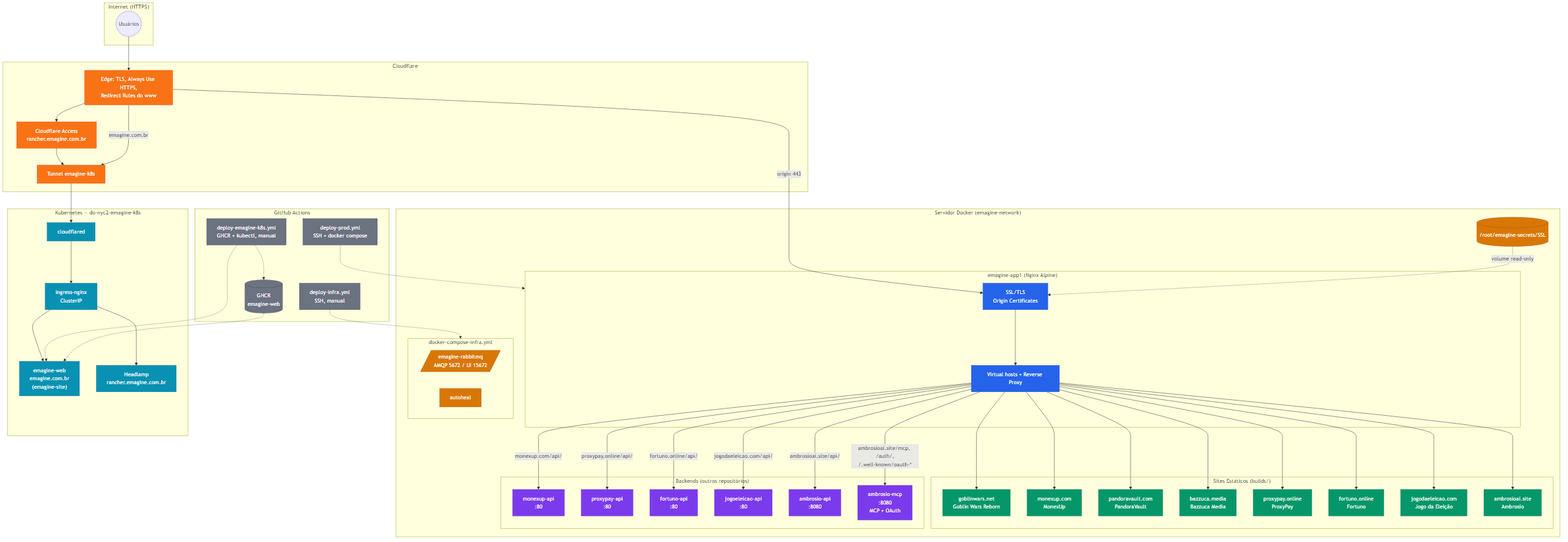
emaginebr/emagine-deploy keeps this Mermaid diagram as docs/ARCHITECTURE.png. Above is the earlier version. Its source is kept beside it as docs/ARCHITECTURE.mmd. The source it was exported from:
```mermaid
graph TB
    subgraph Internet["Internet (HTTPS)"]
        U((Usuários))
    end

    subgraph Cloudflare["Cloudflare"]
        EDGE[Edge: TLS, Always Use HTTPS,<br/>Redirect Rules do www]
        ACCESS[Cloudflare Access<br/>rancher.emagine.com.br]
        TUNNEL[Tunnel emagine-k8s]
    end

    subgraph Server["Servidor Docker (emagine-network)"]
        subgraph Nginx["emagine-app1 (Nginx Alpine)"]
            direction TB
            SSL[SSL/TLS<br/>Origin Certificates]
            RP[Virtual hosts + Reverse Proxy]
        end

        subgraph StaticSites["Sites Estáticos (builds/)"]
            GOBLIN["goblinwars.net<br/>Goblin Wars Reborn"]
            MONEXUP_UI["monexup.com<br/>MonexUp"]
            PANDORA["pandoravault.com<br/>PandoraVault"]
            BAZZUCA_UI["bazzuca.media<br/>Bazzuca Media"]
            PROXYPAY_UI["proxypay.online<br/>ProxyPay"]
            FORTUNO_UI["fortuno.online<br/>Fortuno"]
            JOGO_UI["jogodaeleicao.com<br/>Jogo da Eleição"]
            AMBROSIO_UI["ambrosioai.site<br/>Ambrosio"]
        end

        subgraph APIs["Backends (outros repositórios)"]
            MONEXUP_API["monexup-api<br/>:80"]
            PROXYPAY_API["proxypay-api<br/>:80"]
            FORTUNO_API["fortuno-api<br/>:80"]
            JOGO_API["jogoeleicao-api<br/>:80"]
            AMBROSIO_API["ambrosio-api<br/>:8080"]
            AMBROSIO_MCP["ambrosio-mcp<br/>:8080<br/>MCP + OAuth"]
        end

        subgraph Infra["docker-compose-infra.yml"]
            RMQ[/emagine-rabbitmq<br/>AMQP 5672 / UI 15672/]
            AUTOHEAL[autoheal]
        end

        SECRETS[(/root/emagine-secrets/SSL)]
    end

    subgraph K8s["Kubernetes — do-nyc2-emagine-k8s"]
        CFD[cloudflared]
        INGRESS[ingress-nginx<br/>ClusterIP]
        EMAGINE["emagine-web<br/>emagine.com.br<br/>(emagine-site)"]
        HEADLAMP["Headlamp<br/>rancher.emagine.com.br"]
    end

    subgraph CICD["GitHub Actions"]
        DEPLOY_PROD[deploy-prod.yml<br/>SSH + docker compose]
        DEPLOY_INFRA[deploy-infra.yml<br/>SSH, manual]
        DEPLOY_K8S[deploy-emagine-k8s.yml<br/>GHCR + kubectl, manual]
        GHCR[(GHCR<br/>emagine-web)]
    end

    U --> EDGE
    EDGE -->|origin 443| SSL
    EDGE --> ACCESS
    ACCESS --> TUNNEL
    EDGE -->|emagine.com.br| TUNNEL
    TUNNEL --> CFD
    CFD --> INGRESS
    INGRESS --> EMAGINE
    INGRESS --> HEADLAMP

    SSL --> RP
    SECRETS -.->|volume read-only| SSL
    RP --> GOBLIN
    RP --> MONEXUP_UI
    RP --> PANDORA
    RP --> BAZZUCA_UI
    RP --> PROXYPAY_UI
    RP --> FORTUNO_UI
    RP --> JOGO_UI
    RP --> AMBROSIO_UI

    RP -->|monexup.com/api/| MONEXUP_API
    RP -->|proxypay.online/api/| PROXYPAY_API
    RP -->|fortuno.online/api/| FORTUNO_API
    RP -->|jogodaeleicao.com/api/| JOGO_API
    RP -->|ambrosioai.site/api/| AMBROSIO_API
    RP -->|ambrosioai.site/mcp, /auth/,<br/>/.well-known/oauth-*| AMBROSIO_MCP

    DEPLOY_PROD -.-> Nginx
    DEPLOY_INFRA -.-> Infra
    DEPLOY_K8S -.-> GHCR
    DEPLOY_K8S -.-> EMAGINE
    GHCR -.-> EMAGINE

    classDef nginx fill:#2563eb,stroke:#1d4ed8,color:#fff
    classDef api fill:#7c3aed,stroke:#6d28d9,color:#fff
    classDef static fill:#059669,stroke:#047857,color:#fff
    classDef data fill:#d97706,stroke:#b45309,color:#fff
    classDef cloud fill:#f97316,stroke:#ea580c,color:#fff
    classDef k8s fill:#0891b2,stroke:#0e7490,color:#fff
    classDef ci fill:#6b7280,stroke:#4b5563,color:#fff

    class SSL,RP nginx
    class MONEXUP_API,PROXYPAY_API,FORTUNO_API,JOGO_API,AMBROSIO_API,AMBROSIO_MCP api
    class GOBLIN,MONEXUP_UI,PANDORA,BAZZUCA_UI,PROXYPAY_UI,FORTUNO_UI,JOGO_UI,AMBROSIO_UI static
    class RMQ,AUTOHEAL,SECRETS data
    class EDGE,ACCESS,TUNNEL cloud
    class CFD,INGRESS,EMAGINE,HEADLAMP k8s
    class DEPLOY_PROD,DEPLOY_INFRA,DEPLOY_K8S,GHCR ci
```
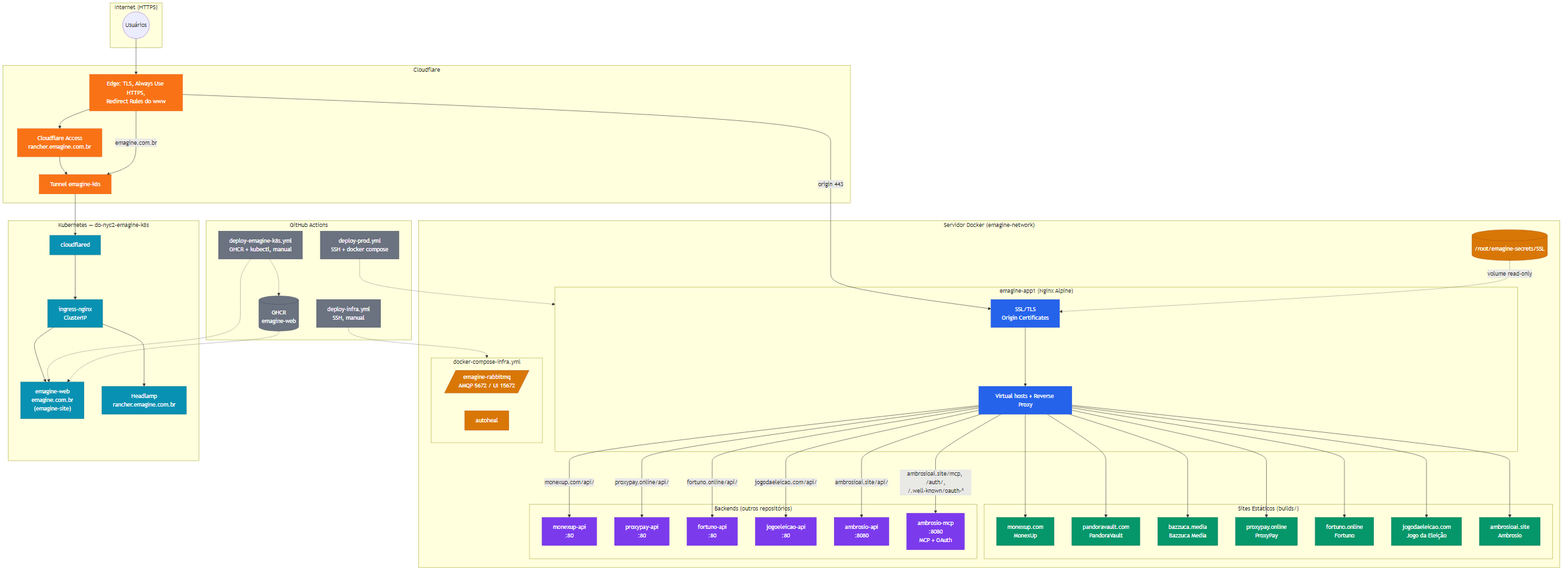
After the change.

Change to the diagram source:
```diff
@@ -17,7 +17,6 @@
         end
 
         subgraph StaticSites["Sites Estáticos (builds/)"]
-            GOBLIN["goblinwars.net<br/>Goblin Wars Reborn"]
             MONEXUP_UI["monexup.com<br/>MonexUp"]
             PANDORA["pandoravault.com<br/>PandoraVault"]
             BAZZUCA_UI["bazzuca.media<br/>Bazzuca Media"]
@@ -70,7 +69,6 @@
 
     SSL --> RP
     SECRETS -.->|volume read-only| SSL
-    RP --> GOBLIN
     RP --> MONEXUP_UI
     RP --> PANDORA
     RP --> BAZZUCA_UI
@@ -102,7 +100,7 @@
 
     class SSL,RP nginx
     class MONEXUP_API,PROXYPAY_API,FORTUNO_API,JOGO_API,AMBROSIO_API,AMBROSIO_MCP api
-    class GOBLIN,MONEXUP_UI,PANDORA,BAZZUCA_UI,PROXYPAY_UI,FORTUNO_UI,JOGO_UI,AMBROSIO_UI static
+    class MONEXUP_UI,PANDORA,BAZZUCA_UI,PROXYPAY_UI,FORTUNO_UI,JOGO_UI,AMBROSIO_UI static
     class RMQ,AUTOHEAL,SECRETS data
     class EDGE,ACCESS,TUNNEL cloud
     class CFD,INGRESS,EMAGINE,HEADLAMP k8s
```
